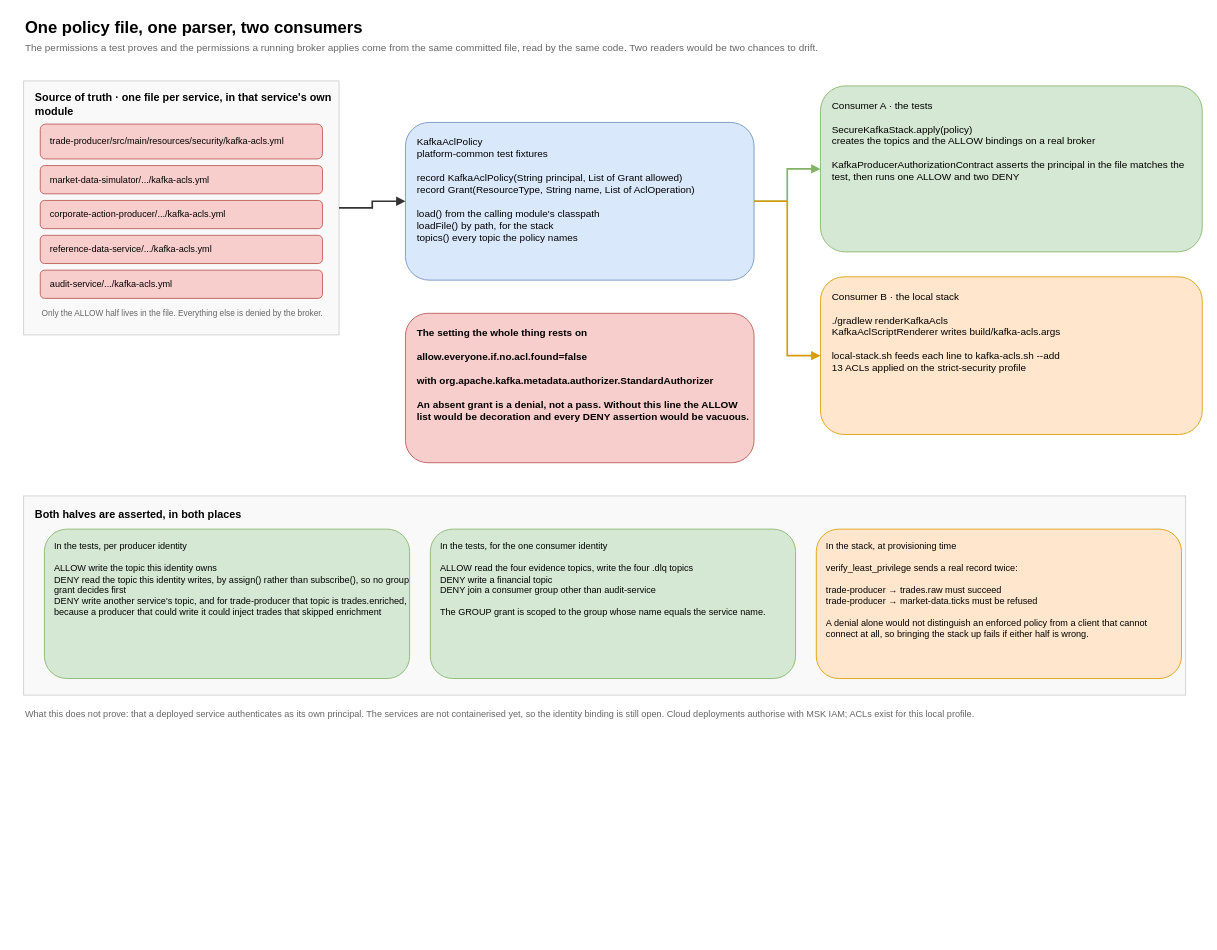
The draw.io diagram guide/docs/diagrams/acl-single-source.drawio in salgotraja/financial-event-streaming-platform, before the edit. Source tidied: cells renumbered, new cells numbered last; positions are measured from the earlier drawing's top-left corner, leaving out a move shared by most shapes. Both pictures are drawn from the tidied source at 83%, with x=0, y=0 at pixel (23, 14).
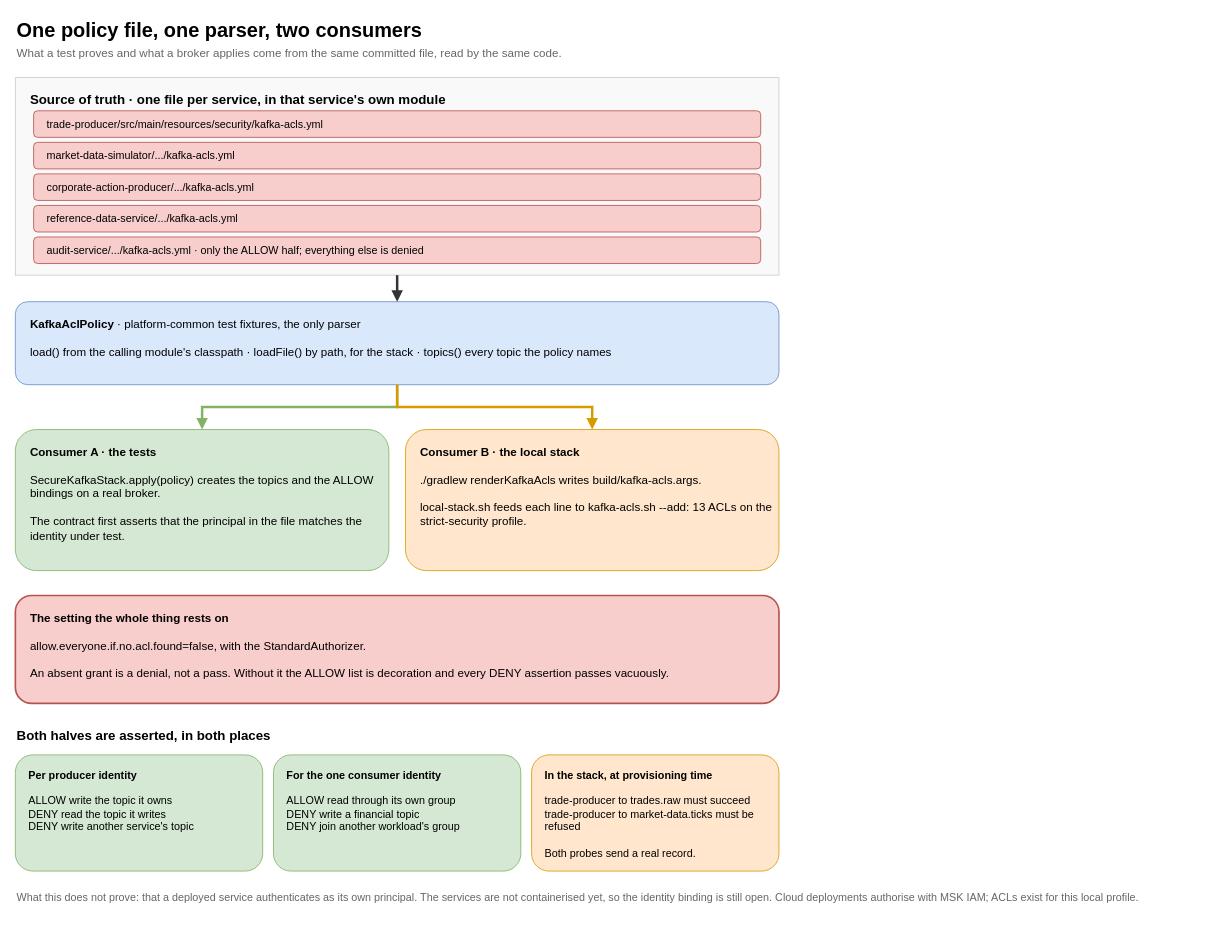
Above is the later version.

Diff of the diagram source:
```diff
@@
-    <mxCell id="2" value="One policy file, one parser, two consumers" style="text;html=1;strokeColor=none;fillColor=none;align=left;verticalAlign=middle;fontSize=20;fontStyle=1;" parent="1" vertex="1">
-      <mxGeometry width="900" height="30" as="geometry" />
+    <mxCell id="2" value="One policy file, one parser, two consumers" style="text;html=1;strokeColor=none;fillColor=none;align=left;verticalAlign=middle;fontSize=24;fontStyle=1;" parent="1" vertex="1">
+      <mxGeometry x="-10" y="2" width="920" height="34" as="geometry" />
     </mxCell>
-    <mxCell id="3" value="The permissions a test proves and the permissions a running broker applies come from the same committed file, read by the same code. Two readers would be two chances to drift." style="text;html=1;strokeColor=none;fillColor=none;align=left;verticalAlign=middle;fontSize=12;fontColor=#666666;" parent="1" vertex="1">
-      <mxGeometry y="30" width="1300" height="20" as="geometry" />
+    <mxCell id="3" value="What a test proves and what a broker applies come from the same committed file, read by the same code." style="text;html=1;strokeColor=none;fillColor=none;align=left;verticalAlign=middle;fontSize=14;fontColor=#666666;" parent="1" vertex="1">
+      <mxGeometry x="-10" y="36" width="920" height="22" as="geometry" />
     </mxCell>
-    <mxCell id="4" value="Source of truth · one file per service, in that service's own module" style="rounded=0;whiteSpace=wrap;html=1;fillColor=#f9f9f9;strokeColor=#cccccc;verticalAlign=top;align=left;spacingLeft=12;spacingTop=6;fontSize=13;fontStyle=1;" parent="1" vertex="1">
-      <mxGeometry y="80" width="380" height="306" as="geometry" />
+    <mxCell id="4" value="Source of truth · one file per service, in that service's own module" style="rounded=0;whiteSpace=wrap;html=1;fillColor=#f9f9f9;strokeColor=#cccccc;verticalAlign=top;align=left;spacingLeft=16;spacingTop=10;fontSize=16;fontStyle=1;" parent="1" vertex="1">
+      <mxGeometry x="-10" y="76" width="920" height="238" as="geometry" />
     </mxCell>
-    <mxCell id="5" value="trade-producer/src/main/resources/security/kafka-acls.yml" style="rounded=1;whiteSpace=wrap;html=1;fillColor=#f8cecc;strokeColor=#b85450;fontSize=11;align=left;spacingLeft=10;" parent="1" vertex="1">
-      <mxGeometry x="20" y="132" width="340" height="42" as="geometry" />
+    <mxCell id="5" value="trade-producer/src/main/resources/security/kafka-acls.yml" style="rounded=1;whiteSpace=wrap;html=1;fillColor=#f8cecc;strokeColor=#b85450;fontSize=13;align=left;spacingLeft=14;" parent="1" vertex="1">
+      <mxGeometry x="12" y="116" width="876" height="32" as="geometry" />
     </mxCell>
-    <mxCell id="6" value="market-data-simulator/.../kafka-acls.yml" style="rounded=1;whiteSpace=wrap;html=1;fillColor=#f8cecc;strokeColor=#b85450;fontSize=11;align=left;spacingLeft=10;" parent="1" vertex="1">
-      <mxGeometry x="20" y="182" width="340" height="34" as="geometry" />
+    <mxCell id="6" value="market-data-simulator/.../kafka-acls.yml" style="rounded=1;whiteSpace=wrap;html=1;fillColor=#f8cecc;strokeColor=#b85450;fontSize=13;align=left;spacingLeft=14;" parent="1" vertex="1">
+      <mxGeometry x="12" y="154" width="876" height="32" as="geometry" />
     </mxCell>
-    <mxCell id="7" value="corporate-action-producer/.../kafka-acls.yml" style="rounded=1;whiteSpace=wrap;html=1;fillColor=#f8cecc;strokeColor=#b85450;fontSize=11;align=left;spacingLeft=10;" parent="1" vertex="1">
-      <mxGeometry x="20" y="224" width="340" height="34" as="geometry" />
+    <mxCell id="7" value="corporate-action-producer/.../kafka-acls.yml" style="rounded=1;whiteSpace=wrap;html=1;fillColor=#f8cecc;strokeColor=#b85450;fontSize=13;align=left;spacingLeft=14;" parent="1" vertex="1">
+      <mxGeometry x="12" y="192" width="876" height="32" as="geometry" />
     </mxCell>
-    <mxCell id="8" value="reference-data-service/.../kafka-acls.yml" style="rounded=1;whiteSpace=wrap;html=1;fillColor=#f8cecc;strokeColor=#b85450;fontSize=11;align=left;spacingLeft=10;" parent="1" vertex="1">
-      <mxGeometry x="20" y="266" width="340" height="34" as="geometry" />
+    <mxCell id="8" value="reference-data-service/.../kafka-acls.yml" style="rounded=1;whiteSpace=wrap;html=1;fillColor=#f8cecc;strokeColor=#b85450;fontSize=13;align=left;spacingLeft=14;" parent="1" vertex="1">
+      <mxGeometry x="12" y="230" width="876" height="32" as="geometry" />
     </mxCell>
-    <mxCell id="9" value="audit-service/.../kafka-acls.yml" style="rounded=1;whiteSpace=wrap;html=1;fillColor=#f8cecc;strokeColor=#b85450;fontSize=11;align=left;spacingLeft=10;" parent="1" vertex="1">
-      <mxGeometry x="20" y="308" width="340" height="34" as="geometry" />
-    </mxCell>
-    <mxCell id="10" value="Only the ALLOW half lives in the file. Everything else is denied by the broker." style="text;html=1;strokeColor=none;fillColor=none;align=left;verticalAlign=top;fontSize=10;fontColor=#666666;" parent="1" vertex="1">
-      <mxGeometry x="20" y="348" width="340" height="30" as="geometry" />
-    </mxCell>
+    <mxCell id="23" value="audit-service/.../kafka-acls.yml · only the ALLOW half; everything else is denied" style="rounded=1;whiteSpace=wrap;html=1;fillColor=#f8cecc;strokeColor=#b85450;fontSize=13;align=left;spacingLeft=14;" parent="1" vertex="1">
+      <mxGeometry x="12" y="268" width="876" height="32" as="geometry" />
+    </mxCell>
-    <mxCell id="11" value="KafkaAclPolicy&#10;platform-common test fixtures&#10;&#10;record KafkaAclPolicy(String principal, List of Grant allowed)&#10;record Grant(ResourceType, String name, List of AclOperation)&#10;&#10;load()      from the calling module's classpath&#10;loadFile()  by path, for the stack&#10;topics()    every topic the policy names" style="rounded=1;whiteSpace=wrap;html=1;fillColor=#dae8fc;strokeColor=#6c8ebf;fontSize=12;align=left;spacingLeft=12;verticalAlign=top;spacingTop=10;" parent="1" vertex="1">
-      <mxGeometry x="460" y="130" width="420" height="190" as="geometry" />
+    <mxCell id="11" value="&lt;b&gt;KafkaAclPolicy&lt;/b&gt; · platform-common test fixtures, the only parser&lt;br&gt;&lt;br&gt;load() from the calling module's classpath · loadFile() by path, for the stack · topics() every topic the policy names" style="rounded=1;whiteSpace=wrap;html=1;fillColor=#dae8fc;strokeColor=#6c8ebf;fontSize=14;align=left;spacingLeft=16;verticalAlign=top;spacingTop=12;" parent="1" vertex="1">
+      <mxGeometry x="-10" y="346" width="920" height="100" as="geometry" />
     </mxCell>
-    <mxCell id="12" value="Consumer A · the tests&#10;&#10;SecureKafkaStack.apply(policy)&#10;creates the topics and the ALLOW bindings on a real broker&#10;&#10;KafkaProducerAuthorizationContract asserts the principal in the file matches the test, then runs one ALLOW and two DENY" style="rounded=1;whiteSpace=wrap;html=1;fillColor=#d5e8d4;strokeColor=#82b366;fontSize=12;align=left;spacingLeft=12;verticalAlign=top;spacingTop=10;" parent="1" vertex="1">
-      <mxGeometry x="960" y="86" width="460" height="200" as="geometry" />
-    </mxCell>
-    <mxCell id="13" value="Consumer B · the local stack&#10;&#10;./gradlew renderKafkaAcls&#10;KafkaAclScriptRenderer writes build/kafka-acls.args&#10;&#10;local-stack.sh feeds each line to kafka-acls.sh --add&#10;13 ACLs applied on the strict-security profile" style="rounded=1;whiteSpace=wrap;html=1;fillColor=#ffe6cc;strokeColor=#d79b00;fontSize=12;align=left;spacingLeft=12;verticalAlign=top;spacingTop=10;" parent="1" vertex="1">
-      <mxGeometry x="960" y="316" width="460" height="190" as="geometry" />
-    </mxCell>
+    <mxCell id="24" style="edgeStyle=orthogonalEdgeStyle;rounded=0;html=1;strokeColor=#333333;endArrow=block;strokeWidth=3;" parent="1" edge="1" source="4" target="11">
+      <mxGeometry relative="1" as="geometry" />
+    </mxCell>
-    <mxCell id="14" style="edgeStyle=orthogonalEdgeStyle;rounded=0;html=1;strokeColor=#333333;endArrow=block;strokeWidth=2;" parent="1" edge="1" source="4" target="11">
-      <mxGeometry relative="1" as="geometry" />
+    <mxCell id="14" value="&lt;b&gt;Consumer A · the tests&lt;/b&gt;&lt;br&gt;&lt;br&gt;SecureKafkaStack.apply(policy) creates the topics and the ALLOW bindings on a real broker.&lt;br&gt;&lt;br&gt;The contract first asserts that the principal in the file matches the identity under test." style="rounded=1;whiteSpace=wrap;html=1;fillColor=#d5e8d4;strokeColor=#82b366;fontSize=14;align=left;spacingLeft=16;verticalAlign=top;spacingTop=12;" parent="1" vertex="1">
+      <mxGeometry x="-10" y="500" width="450" height="170" as="geometry" />
     </mxCell>
-    <mxCell id="15" style="edgeStyle=orthogonalEdgeStyle;rounded=0;html=1;strokeColor=#82b366;endArrow=block;strokeWidth=2;" parent="1" edge="1" source="11" target="12">
-      <mxGeometry relative="1" as="geometry" />
+    <mxCell id="15" value="&lt;b&gt;Consumer B · the local stack&lt;/b&gt;&lt;br&gt;&lt;br&gt;./gradlew renderKafkaAcls writes build/kafka-acls.args.&lt;br&gt;&lt;br&gt;local-stack.sh feeds each line to kafka-acls.sh --add: 13 ACLs on the strict-security profile." style="rounded=1;whiteSpace=wrap;html=1;fillColor=#ffe6cc;strokeColor=#d79b00;fontSize=14;align=left;spacingLeft=16;verticalAlign=top;spacingTop=12;" parent="1" vertex="1">
+      <mxGeometry x="460" y="500" width="450" height="170" as="geometry" />
     </mxCell>
-    <mxCell id="16" style="edgeStyle=orthogonalEdgeStyle;rounded=0;html=1;strokeColor=#d79b00;endArrow=block;strokeWidth=2;" parent="1" edge="1" source="11" target="13">
-      <mxGeometry relative="1" as="geometry" />
-    </mxCell>
+    <mxCell id="25" style="edgeStyle=orthogonalEdgeStyle;rounded=0;html=1;strokeColor=#82b366;endArrow=block;strokeWidth=3;" parent="1" edge="1" source="11" target="14">
+      <mxGeometry relative="1" as="geometry" />
+    </mxCell>
+    <mxCell id="26" style="edgeStyle=orthogonalEdgeStyle;rounded=0;html=1;strokeColor=#d79b00;endArrow=block;strokeWidth=3;" parent="1" edge="1" source="11" target="15">
+      <mxGeometry relative="1" as="geometry" />
+    </mxCell>
-    <mxCell id="17" value="The setting the whole thing rests on&#10;&#10;allow.everyone.if.no.acl.found=false&#10;&#10;with org.apache.kafka.metadata.authorizer.StandardAuthorizer&#10;&#10;An absent grant is a denial, not a pass. Without this line the ALLOW list would be decoration and every DENY assertion would be vacuous." style="rounded=1;whiteSpace=wrap;html=1;fillColor=#f8cecc;strokeColor=#b85450;fontSize=12;align=left;spacingLeft=12;verticalAlign=top;spacingTop=10;fontStyle=1;" parent="1" vertex="1">
-      <mxGeometry x="460" y="360" width="420" height="180" as="geometry" />
+    <mxCell id="17" value="&lt;b&gt;The setting the whole thing rests on&lt;/b&gt;&lt;br&gt;&lt;br&gt;allow.everyone.if.no.acl.found=false, with the StandardAuthorizer.&lt;br&gt;&lt;br&gt;An absent grant is a denial, not a pass. Without it the ALLOW list is decoration and every DENY assertion passes vacuously." style="rounded=1;whiteSpace=wrap;html=1;fillColor=#f8cecc;strokeColor=#b85450;fontSize=14;align=left;spacingLeft=16;verticalAlign=top;spacingTop=12;strokeWidth=2;" parent="1" vertex="1">
+      <mxGeometry x="-10" y="700" width="920" height="130" as="geometry" />
     </mxCell>
-    <mxCell id="18" value="Both halves are asserted, in both places" style="rounded=0;whiteSpace=wrap;html=1;fillColor=#f9f9f9;strokeColor=#cccccc;verticalAlign=top;align=left;spacingLeft=12;spacingTop=8;fontSize=13;fontStyle=1;" parent="1" vertex="1">
-      <mxGeometry y="580" width="1400" height="240" as="geometry" />
+    <mxCell id="18" value="Both halves are asserted, in both places" style="text;html=1;strokeColor=none;fillColor=none;align=left;verticalAlign=middle;fontSize=16;fontStyle=1;" parent="1" vertex="1">
+      <mxGeometry x="-10" y="856" width="920" height="26" as="geometry" />
     </mxCell>
-    <mxCell id="19" value="In the tests, per producer identity&#10;&#10;ALLOW  write the topic this identity owns&#10;DENY   read the topic this identity writes, by assign() rather than subscribe(), so no group grant decides first&#10;DENY   write another service's topic, and for trade-producer that topic is trades.enriched, because a producer that could write it could inject trades that skipped enrichment" style="rounded=1;whiteSpace=wrap;html=1;fillColor=#d5e8d4;strokeColor=#82b366;fontSize=11;align=left;spacingLeft=10;verticalAlign=top;spacingTop=8;" parent="1" vertex="1">
-      <mxGeometry x="25" y="620" width="440" height="180" as="geometry" />
+    <mxCell id="19" value="&lt;b&gt;Per producer identity&lt;/b&gt;&lt;br&gt;&lt;br&gt;ALLOW write the topic it owns&lt;br&gt;DENY read the topic it writes&lt;br&gt;DENY write another service's topic" style="rounded=1;whiteSpace=wrap;html=1;fillColor=#d5e8d4;strokeColor=#82b366;fontSize=13;align=left;spacingLeft=14;verticalAlign=top;spacingTop=10;" parent="1" vertex="1">
+      <mxGeometry x="-10" y="892" width="298" height="140" as="geometry" />
     </mxCell>
-    <mxCell id="20" value="In the tests, for the one consumer identity&#10;&#10;ALLOW  read the four evidence topics, write the four .dlq topics&#10;DENY   write a financial topic&#10;DENY   join a consumer group other than audit-service&#10;&#10;The GROUP grant is scoped to the group whose name equals the service name." style="rounded=1;whiteSpace=wrap;html=1;fillColor=#d5e8d4;strokeColor=#82b366;fontSize=11;align=left;spacingLeft=10;verticalAlign=top;spacingTop=8;" parent="1" vertex="1">
-      <mxGeometry x="490" y="620" width="440" height="180" as="geometry" />
+    <mxCell id="20" value="&lt;b&gt;For the one consumer identity&lt;/b&gt;&lt;br&gt;&lt;br&gt;ALLOW read through its own group&lt;br&gt;DENY write a financial topic&lt;br&gt;DENY join another workload's group" style="rounded=1;whiteSpace=wrap;html=1;fillColor=#d5e8d4;strokeColor=#82b366;fontSize=13;align=left;spacingLeft=14;verticalAlign=top;spacingTop=10;" parent="1" vertex="1">
+      <mxGeometry x="301" y="892" width="298" height="140" as="geometry" />
     </mxCell>
-    <mxCell id="21" value="In the stack, at provisioning time&#10;&#10;verify_least_privilege sends a real record twice:&#10;&#10;trade-producer → trades.raw          must succeed&#10;trade-producer → market-data.ticks   must be refused&#10;&#10;A denial alone would not distinguish an enforced policy from a client that cannot connect at all, so bringing the stack up fails if either half is wrong." style="rounded=1;whiteSpace=wrap;html=1;fillColor=#ffe6cc;strokeColor=#d79b00;fontSize=11;align=left;spacingLeft=10;verticalAlign=top;spacingTop=8;" parent="1" vertex="1">
-      <mxGeometry x="955" y="620" width="440" height="180" as="geometry" />
+    <mxCell id="21" value="&lt;b&gt;In the stack, at provisioning time&lt;/b&gt;&lt;br&gt;&lt;br&gt;trade-producer to trades.raw must succeed&lt;br&gt;trade-producer to market-data.ticks must be refused&lt;br&gt;&lt;br&gt;Both probes send a real record." style="rounded=1;whiteSpace=wrap;html=1;fillColor=#ffe6cc;strokeColor=#d79b00;fontSize=13;align=left;spacingLeft=14;verticalAlign=top;spacingTop=10;" parent="1" vertex="1">
+      <mxGeometry x="612" y="892" width="298" height="140" as="geometry" />
     </mxCell>
-    <mxCell id="22" value="What this does not prove: that a deployed service authenticates as its own principal. The services are not containerised yet, so the identity binding is still open. Cloud deployments authorise with MSK IAM; ACLs exist for this local profile." style="text;html=1;strokeColor=none;fillColor=none;align=left;verticalAlign=top;fontSize=11;fontColor=#666666;" parent="1" vertex="1">
-      <mxGeometry y="830" width="1400" height="30" as="geometry" />
+    <mxCell id="22" value="What this does not prove: that a deployed service authenticates as its own principal. The services are not containerised yet, so the identity binding is still open. Cloud deployments authorise with MSK IAM; ACLs exist for this local profile." style="text;html=1;strokeColor=none;fillColor=none;align=left;verticalAlign=top;fontSize=13;fontColor=#666666;" parent="1" vertex="1">
+      <mxGeometry x="-10" y="1050" width="920" height="60" as="geometry" />
     </mxCell>
```
